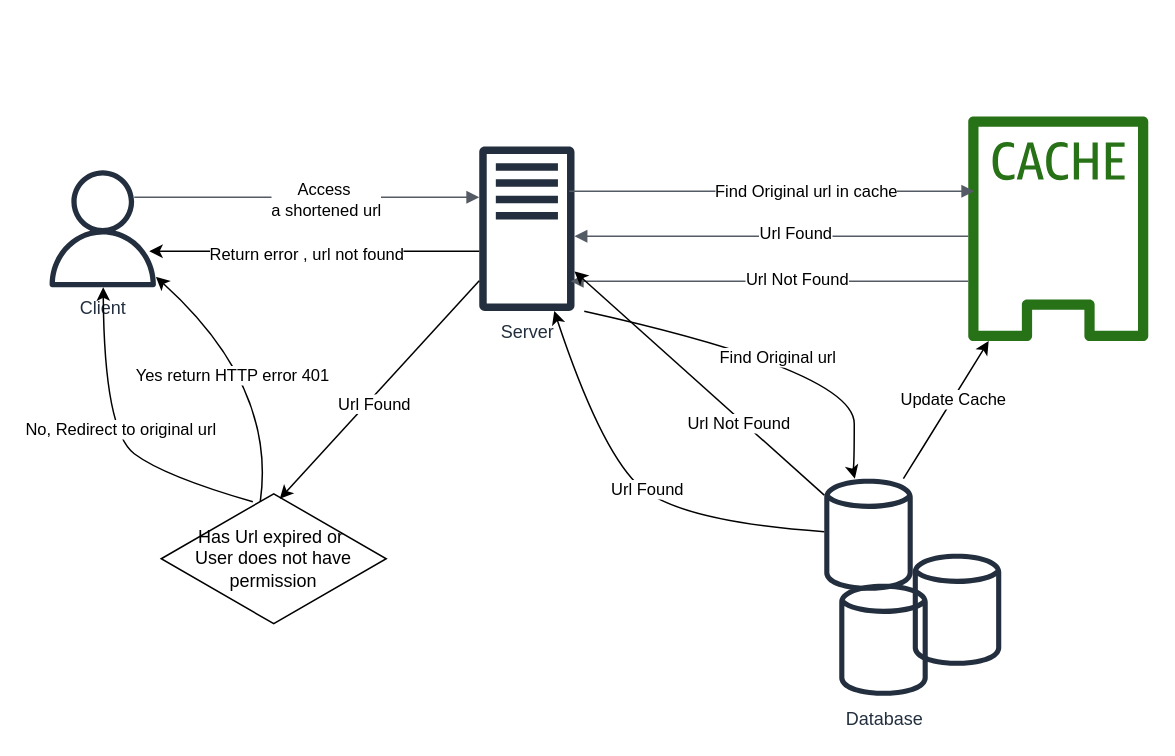
Before: RequestFlowForAccessingAShortenedUrl.drawio in PankajSAgarwal/System-Design, a draw.io diagram. Source tidied: cells renumbered, new cells numbered last; positions are measured from the earlier drawing's top-left corner, leaving out a move shared by most shapes. Both pictures are drawn from the tidied source at 150%, with x=0, y=0 at pixel (44, 116).
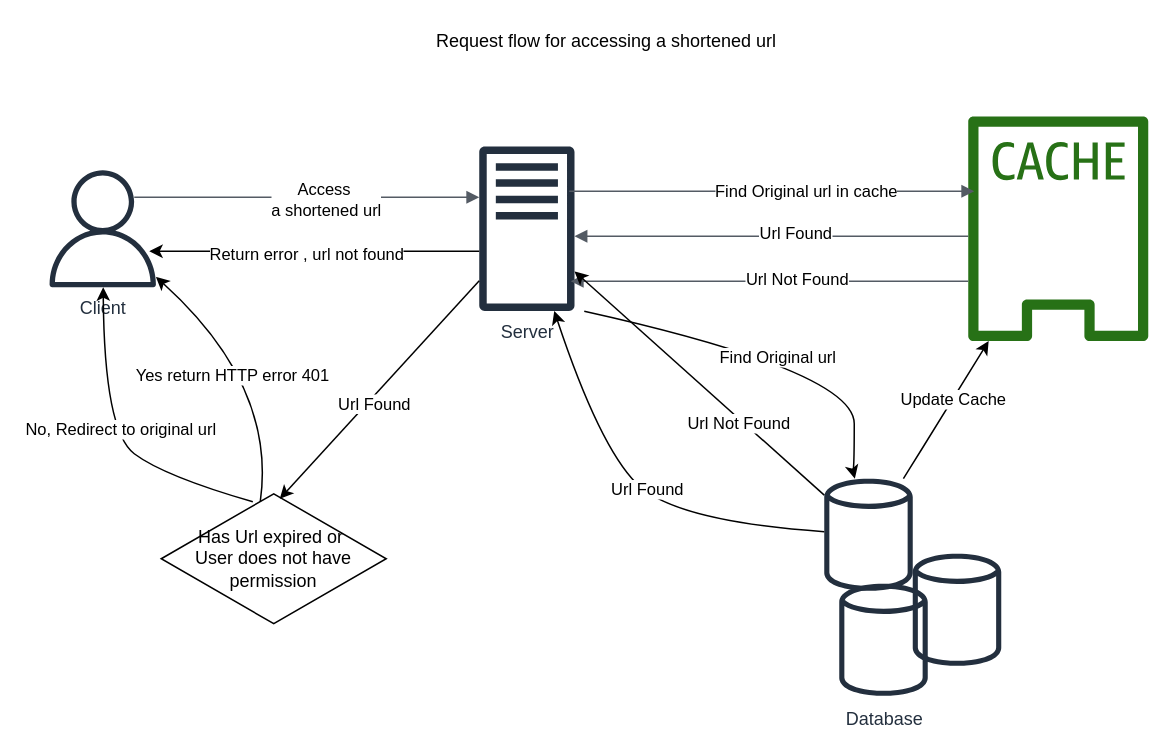
After the change.

What changed in the source:
```diff
@@
+    <mxCell id="33" value="Request flow for accessing a shortened url" style="text;html=1;strokeColor=none;fillColor=none;align=center;verticalAlign=middle;whiteSpace=wrap;rounded=0;" parent="1" vertex="1">
+      <mxGeometry x="50" y="-60" width="650" height="20" as="geometry" />
+    </mxCell>
```
